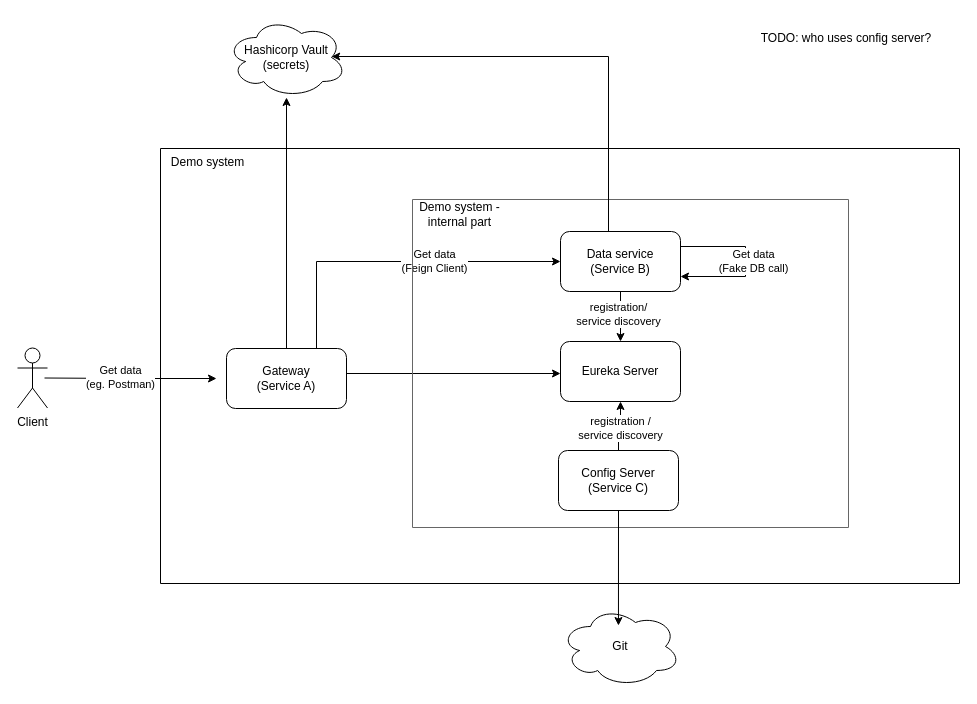
Earlier version of the draw.io diagram architecture.drawio (mcaniga/instea-microservices-presentation). Source tidied: cells renumbered, new cells numbered last; positions are measured from the earlier drawing's top-left corner, leaving out a move shared by most shapes. Both pictures are drawn from the tidied source at 100%, with x=0, y=0 at pixel (17, 17).
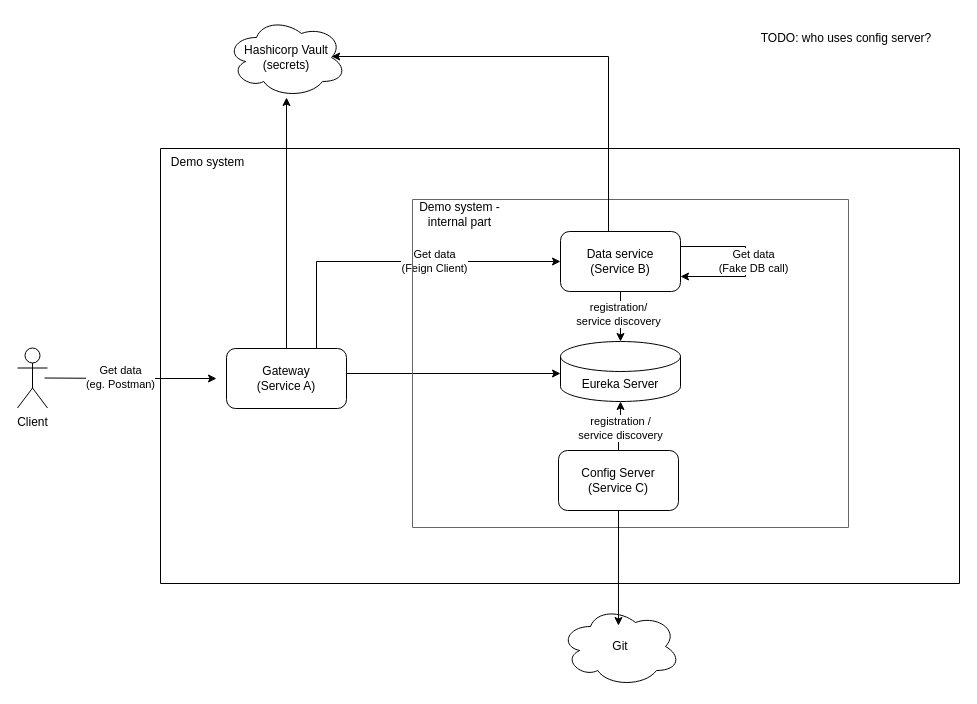
The same diagram, later.

Unchanged cells that the change refers to:
```xml
<mxCell id="10" style="swimlane;startSize=0;" parent="1" vertex="1">
  <mxGeometry x="143" y="131" width="799" height="435" as="geometry" />
</mxCell>
```

What changed in the source:
```diff
@@
-    <mxCell id="16" value="Eureka Server" style="rounded=1;whiteSpace=wrap;html=1;" parent="10" vertex="1">
+    <mxCell id="16" value="Eureka Server" style="rounded=1;whiteSpace=wrap;html=1;shape=cylinder3;boundedLbl=1;backgroundOutline=1;size=15;" parent="10" vertex="1">
       <mxGeometry x="400" y="193" width="120" height="60" as="geometry" />
     </mxCell>
```
